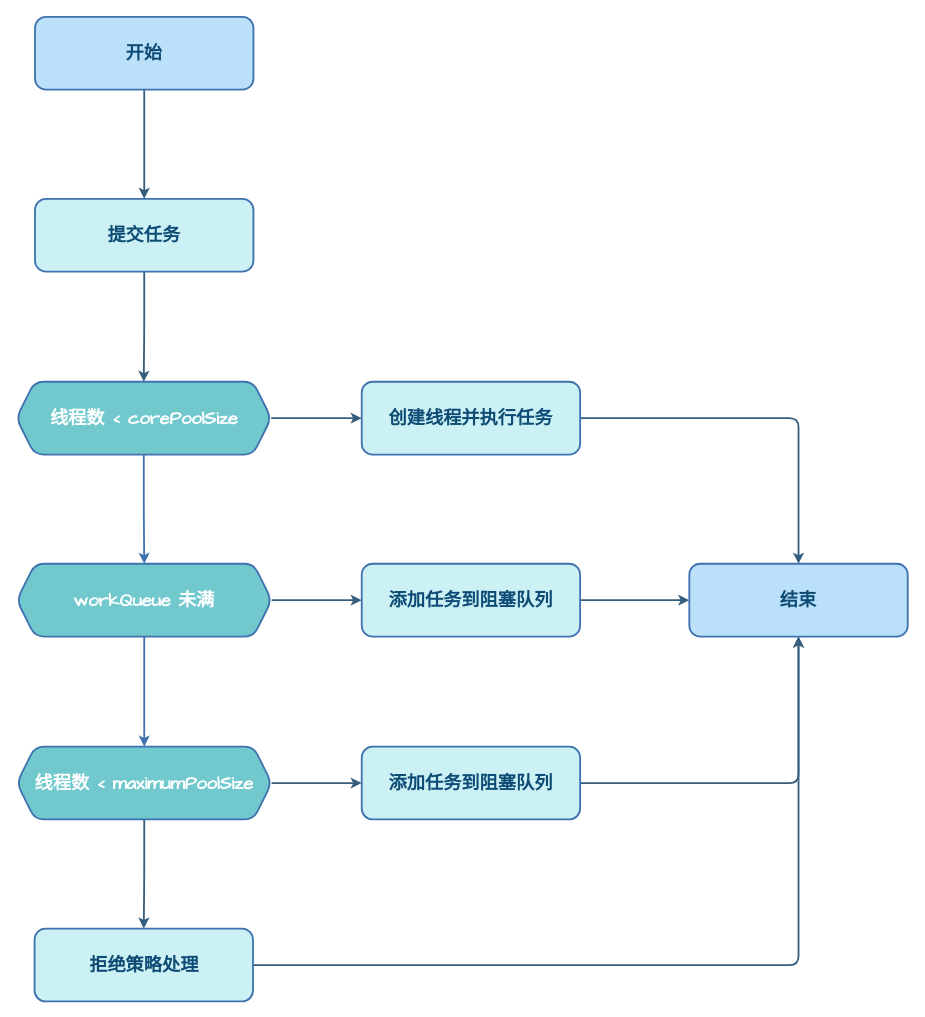
The draw.io diagram page "线程池流程控制" (1 of 2) of assets/Java/JavaCore/并发/Java并发之线程池.drawio in dunwu/waterdrop, before the edit. Source tidied: cells renumbered, new cells numbered last; positions are measured from the earlier drawing's top-left corner, leaving out a move shared by most shapes. Both pictures are drawn from the tidied source at 91%, with x=0, y=0 at pixel (15, 16).
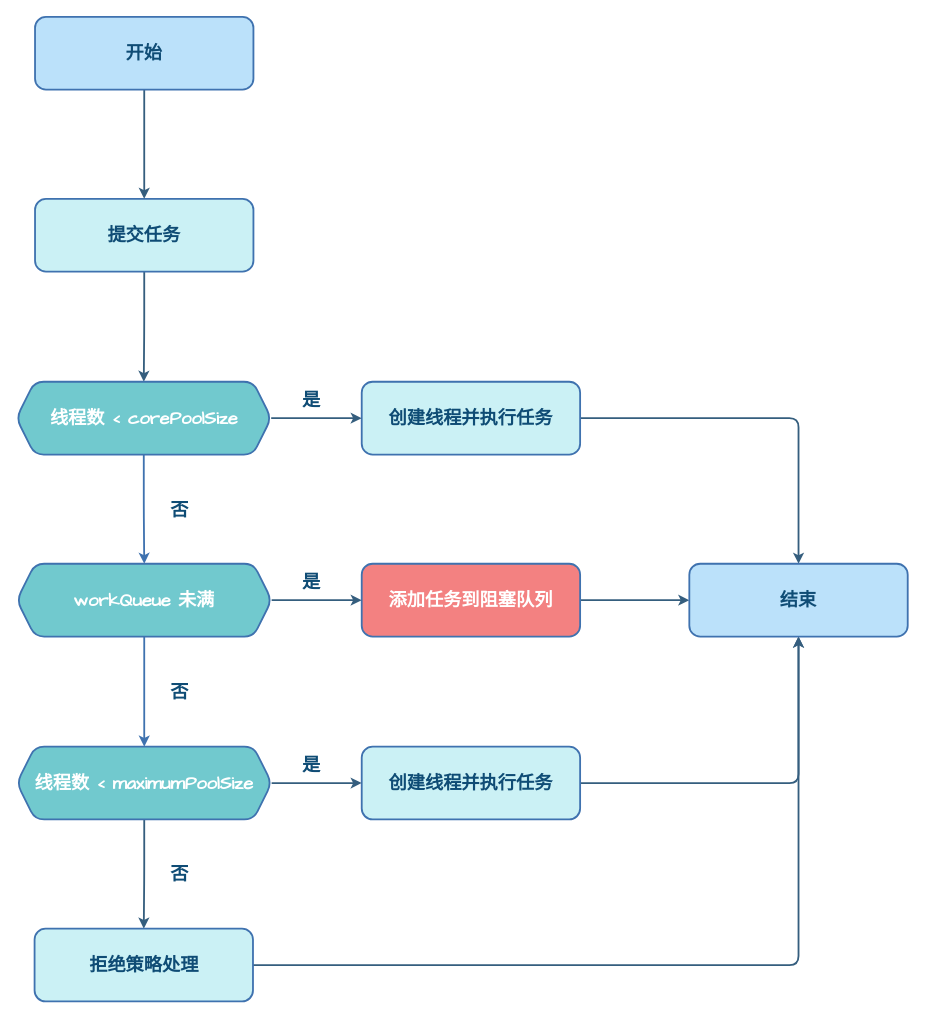
After the change.

What changed in the source:
```diff
@@
-    <mxCell id="5" value="添加任务到阻塞队列" style="rounded=1;whiteSpace=wrap;html=1;fillColor=#CBF1F5;strokeColor=#3F72AF;shadow=0;fontFamily=Comic Sans MS;fontStyle=1;fontSize=20;fontColor=#0F4C75;strokeWidth=2;" parent="1" vertex="1">
+    <mxCell id="5" value="添加任务到阻塞队列" style="rounded=1;whiteSpace=wrap;html=1;fillColor=#F38181;strokeColor=#3F72AF;shadow=0;fontFamily=Comic Sans MS;fontStyle=1;fontSize=20;fontColor=#FFFFFF;strokeWidth=2;" parent="1" vertex="1">
       <mxGeometry x="380" y="601" width="240" height="80" as="geometry" />
     </mxCell>
@@
-    <mxCell id="7" value="添加任务到阻塞队列" style="rounded=1;whiteSpace=wrap;html=1;fillColor=#CBF1F5;strokeColor=#3F72AF;shadow=0;fontFamily=Comic Sans MS;fontStyle=1;fontSize=20;fontColor=#0F4C75;strokeWidth=2;" parent="1" vertex="1">
+    <mxCell id="7" value="创建线程并执行任务" style="rounded=1;whiteSpace=wrap;html=1;fillColor=#CBF1F5;strokeColor=#3F72AF;shadow=0;fontFamily=Comic Sans MS;fontStyle=1;fontSize=20;fontColor=#0F4C75;strokeWidth=2;" parent="1" vertex="1">
       <mxGeometry x="380" y="802" width="240" height="80" as="geometry" />
     </mxCell>
@@
+    <mxCell id="24" value="是" style="rounded=1;whiteSpace=wrap;html=1;fillColor=none;strokeColor=none;shadow=0;fontFamily=Comic Sans MS;fontStyle=1;fontSize=20;fontColor=#0F4C75;strokeWidth=2;" parent="1" vertex="1">
+      <mxGeometry x="285" y="401" width="80" height="40" as="geometry" />
+    </mxCell>
+    <mxCell id="25" value="是" style="rounded=1;whiteSpace=wrap;html=1;fillColor=none;strokeColor=none;shadow=0;fontFamily=Comic Sans MS;fontStyle=1;fontSize=20;fontColor=#0F4C75;strokeWidth=2;" parent="1" vertex="1">
+      <mxGeometry x="285" y="601" width="80" height="40" as="geometry" />
+    </mxCell>
+    <mxCell id="26" value="是" style="rounded=1;whiteSpace=wrap;html=1;fillColor=none;strokeColor=none;shadow=0;fontFamily=Comic Sans MS;fontStyle=1;fontSize=20;fontColor=#0F4C75;strokeWidth=2;" parent="1" vertex="1">
+      <mxGeometry x="285" y="802" width="80" height="40" as="geometry" />
+    </mxCell>
+    <mxCell id="27" value="否" style="rounded=1;whiteSpace=wrap;html=1;fillColor=none;strokeColor=none;shadow=0;fontFamily=Comic Sans MS;fontStyle=1;fontSize=20;fontColor=#0F4C75;strokeWidth=2;" parent="1" vertex="1">
+      <mxGeometry x="140" y="522" width="80" height="40" as="geometry" />
+    </mxCell>
+    <mxCell id="28" value="否" style="rounded=1;whiteSpace=wrap;html=1;fillColor=none;strokeColor=none;shadow=0;fontFamily=Comic Sans MS;fontStyle=1;fontSize=20;fontColor=#0F4C75;strokeWidth=2;" parent="1" vertex="1">
+      <mxGeometry x="140" y="722" width="80" height="40" as="geometry" />
+    </mxCell>
+    <mxCell id="29" value="否" style="rounded=1;whiteSpace=wrap;html=1;fillColor=none;strokeColor=none;shadow=0;fontFamily=Comic Sans MS;fontStyle=1;fontSize=20;fontColor=#0F4C75;strokeWidth=2;" parent="1" vertex="1">
+      <mxGeometry x="140" y="922" width="80" height="40" as="geometry" />
+    </mxCell>
```
